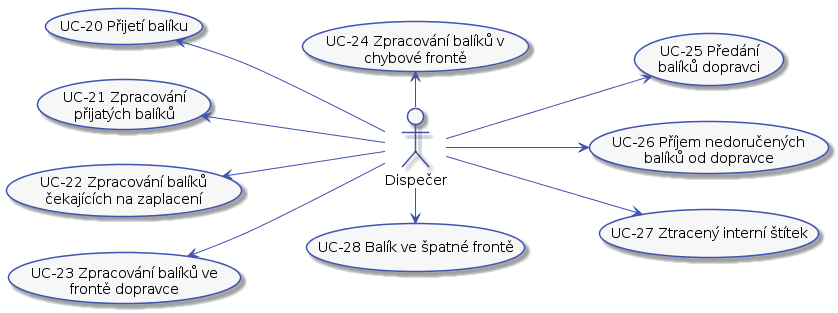
Above: docs/diagrams/out/ucs-dispecer.png in Internet-Handel/postman (PlantUML), before the change.
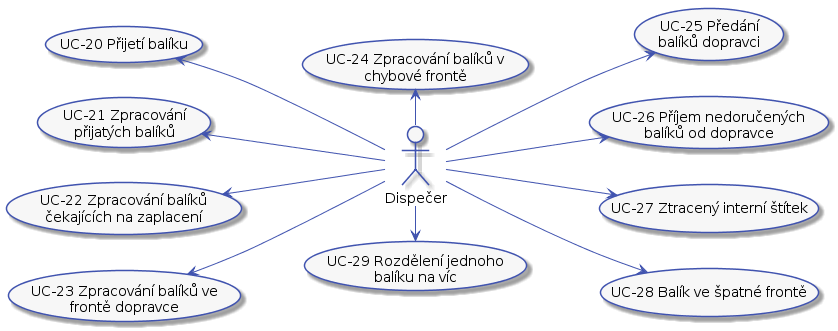
The same diagram one commit later.

Diff of the diagram source:
```diff
@@ -68,6 +68,7 @@
 (UC-26 Příjem nedoručených\nbalíků od dopravce) as (UC-26)
 (UC-27 Ztracený interní štítek) as (UC-27)
 (UC-28 Balík ve špatné frontě) as (UC-28)
+(UC-29 Rozdělení jednoho\nbalíku na víc) as (UC-29)
 
 dispecer -up-> (UC-23)
 dispecer -up-> (UC-22)
@@ -77,5 +78,6 @@
 dispecer --> (UC-25)
 dispecer --> (UC-26)
 dispecer --> (UC-27)
-dispecer -right-> (UC-28)
+dispecer --> (UC-28)
+dispecer -right-> (UC-29)
 @enduml
```
